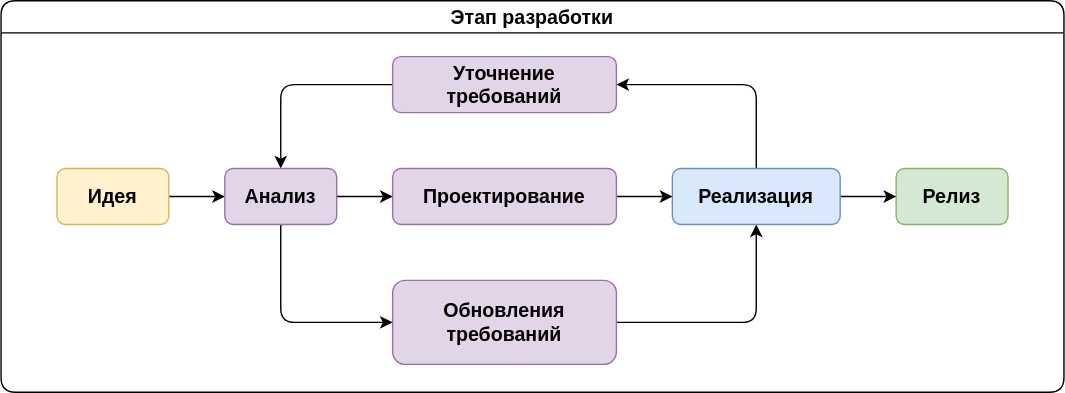
The draw.io diagram Жизненный цикл проекта.drawio.svg in taraswww777/diagrams.net, before a commit. Source tidied: cells renumbered, new cells last; positions are measured from the earlier drawing's top-left corner, leaving out a move shared by most shapes.
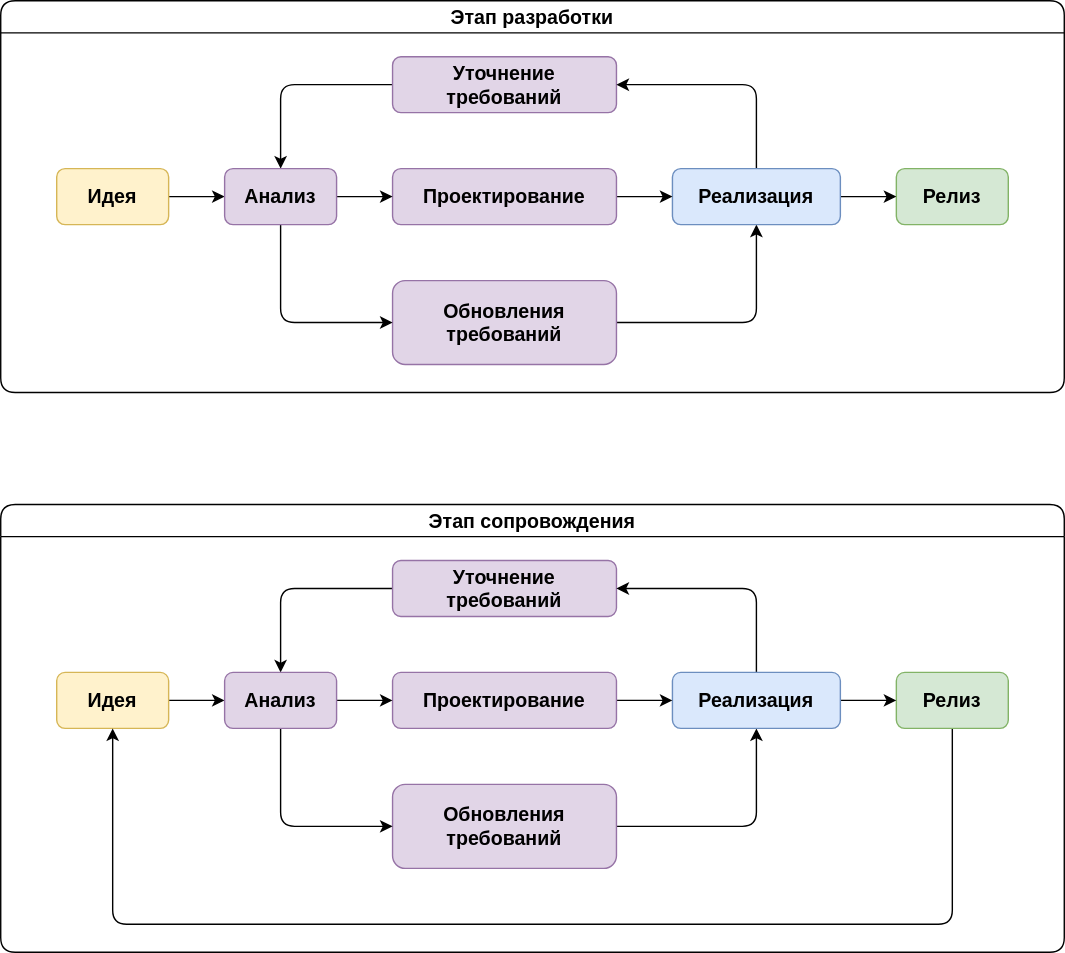
Above is the later version.

Commit message:
Этап сопровождения - Обновление Жизненный цикл проекта.drawio.svg

What changed in the source:
```diff
@@ -58,5 +58,69 @@
     <mxCell id="17" value="Анализ" style="rounded=1;whiteSpace=wrap;html=1;fillColor=#e1d5e7;strokeColor=#9673a6;fontStyle=1;fontSize=14;" parent="2" vertex="1">
       <mxGeometry x="160" y="120" width="80" height="40" as="geometry" />
     </mxCell>
+    <mxCell id="18" value="Этап сопровождения" style="swimlane;whiteSpace=wrap;html=1;rounded=1;fontSize=14;labelBackgroundColor=none;swimlaneFillColor=#FFFFFF;glass=0;perimeterSpacing=0;" parent="1" vertex="1">
+      <mxGeometry y="360" width="760" height="320" as="geometry" />
+    </mxCell>
+    <mxCell id="19" style="edgeStyle=orthogonalEdgeStyle;rounded=1;jettySize=auto;html=1;fontStyle=1;fontSize=14;" parent="18" edge="1" source="20" target="34">
+      <mxGeometry relative="1" as="geometry" />
+    </mxCell>
+    <mxCell id="20" value="Идея" style="rounded=1;whiteSpace=wrap;html=1;fillColor=#fff2cc;strokeColor=#d6b656;fontStyle=1;fontSize=14;" parent="18" vertex="1">
+      <mxGeometry x="40" y="120" width="80" height="40" as="geometry" />
+    </mxCell>
+    <mxCell id="21" style="edgeStyle=orthogonalEdgeStyle;rounded=1;jettySize=auto;html=1;entryX=0.5;entryY=1;entryDx=0;entryDy=0;fontStyle=1;fontSize=14;" parent="18" edge="1" source="22" target="29">
+      <mxGeometry relative="1" as="geometry" />
+    </mxCell>
+    <mxCell id="22" value="Обновления требований" style="rounded=1;whiteSpace=wrap;html=1;fillColor=#e1d5e7;strokeColor=#9673a6;fontStyle=1;fontSize=14;" parent="18" vertex="1">
+      <mxGeometry x="280" y="200" width="160" height="60" as="geometry" />
+    </mxCell>
+    <mxCell id="23" style="edgeStyle=orthogonalEdgeStyle;rounded=1;jettySize=auto;html=1;entryX=0.5;entryY=0;entryDx=0;entryDy=0;fontStyle=1;fontSize=14;" parent="18" edge="1" source="24" target="34">
+      <mxGeometry relative="1" as="geometry" />
+    </mxCell>
+    <mxCell id="24" value="Уточнение требований" style="rounded=1;whiteSpace=wrap;html=1;fillColor=#e1d5e7;strokeColor=#9673a6;fontStyle=1;fontSize=14;" parent="18" vertex="1">
+      <mxGeometry x="280" y="40" width="160" height="40" as="geometry" />
+    </mxCell>
+    <mxCell id="25" style="edgeStyle=orthogonalEdgeStyle;rounded=1;jettySize=auto;html=1;entryX=0.5;entryY=1;entryDx=0;entryDy=0;" parent="18" edge="1" source="26" target="20">
+      <mxGeometry relative="1" as="geometry">
+        <Array as="points">
+          <mxPoint x="680" y="300" />
+          <mxPoint x="80" y="300" />
+        </Array>
+      </mxGeometry>
+    </mxCell>
+    <mxCell id="26" value="Релиз" style="rounded=1;whiteSpace=wrap;html=1;fillColor=#d5e8d4;strokeColor=#82b366;fontStyle=1;fontSize=14;" parent="18" vertex="1">
+      <mxGeometry x="640" y="120" width="80" height="40" as="geometry" />
+    </mxCell>
+    <mxCell id="27" style="edgeStyle=orthogonalEdgeStyle;rounded=1;jettySize=auto;html=1;fontStyle=1;fontSize=14;" parent="18" edge="1" source="29" target="26">
+      <mxGeometry relative="1" as="geometry" />
+    </mxCell>
+    <mxCell id="28" style="edgeStyle=orthogonalEdgeStyle;rounded=1;jettySize=auto;html=1;entryX=1;entryY=0.5;entryDx=0;entryDy=0;exitX=0.5;exitY=0;exitDx=0;exitDy=0;" parent="18" edge="1" source="29" target="24">
+      <mxGeometry relative="1" as="geometry">
+        <Array as="points">
+          <mxPoint x="540" y="60" />
+        </Array>
+      </mxGeometry>
+    </mxCell>
+    <mxCell id="29" value="Реализация" style="rounded=1;whiteSpace=wrap;html=1;fillColor=#dae8fc;strokeColor=#6c8ebf;fontStyle=1;fontSize=14;" parent="18" vertex="1">
+      <mxGeometry x="480" y="120" width="120" height="40" as="geometry" />
+    </mxCell>
+    <mxCell id="30" style="edgeStyle=orthogonalEdgeStyle;rounded=1;jettySize=auto;html=1;fontStyle=1;fontSize=14;" parent="18" edge="1" source="31" target="29">
+      <mxGeometry relative="1" as="geometry" />
+    </mxCell>
+    <mxCell id="31" value="Проектирование" style="rounded=1;whiteSpace=wrap;html=1;fillColor=#e1d5e7;strokeColor=#9673a6;fontStyle=1;fontSize=14;" parent="18" vertex="1">
+      <mxGeometry x="280" y="120" width="160" height="40" as="geometry" />
+    </mxCell>
+    <mxCell id="32" style="edgeStyle=orthogonalEdgeStyle;rounded=1;jettySize=auto;html=1;entryX=0;entryY=0.5;entryDx=0;entryDy=0;fontStyle=1;fontSize=14;exitX=0.5;exitY=1;exitDx=0;exitDy=0;" parent="18" edge="1" source="34" target="22">
+      <mxGeometry relative="1" as="geometry">
+        <Array as="points">
+          <mxPoint x="200" y="230" />
+        </Array>
+      </mxGeometry>
+    </mxCell>
+    <mxCell id="33" style="edgeStyle=orthogonalEdgeStyle;rounded=1;jettySize=auto;html=1;fontStyle=1;fontSize=14;" parent="18" edge="1" source="34" target="31">
+      <mxGeometry relative="1" as="geometry" />
+    </mxCell>
+    <mxCell id="34" value="Анализ" style="rounded=1;whiteSpace=wrap;html=1;fillColor=#e1d5e7;strokeColor=#9673a6;fontStyle=1;fontSize=14;" parent="18" vertex="1">
+      <mxGeometry x="160" y="120" width="80" height="40" as="geometry" />
+    </mxCell>
   </root>
 </mxGraphModel>
```
